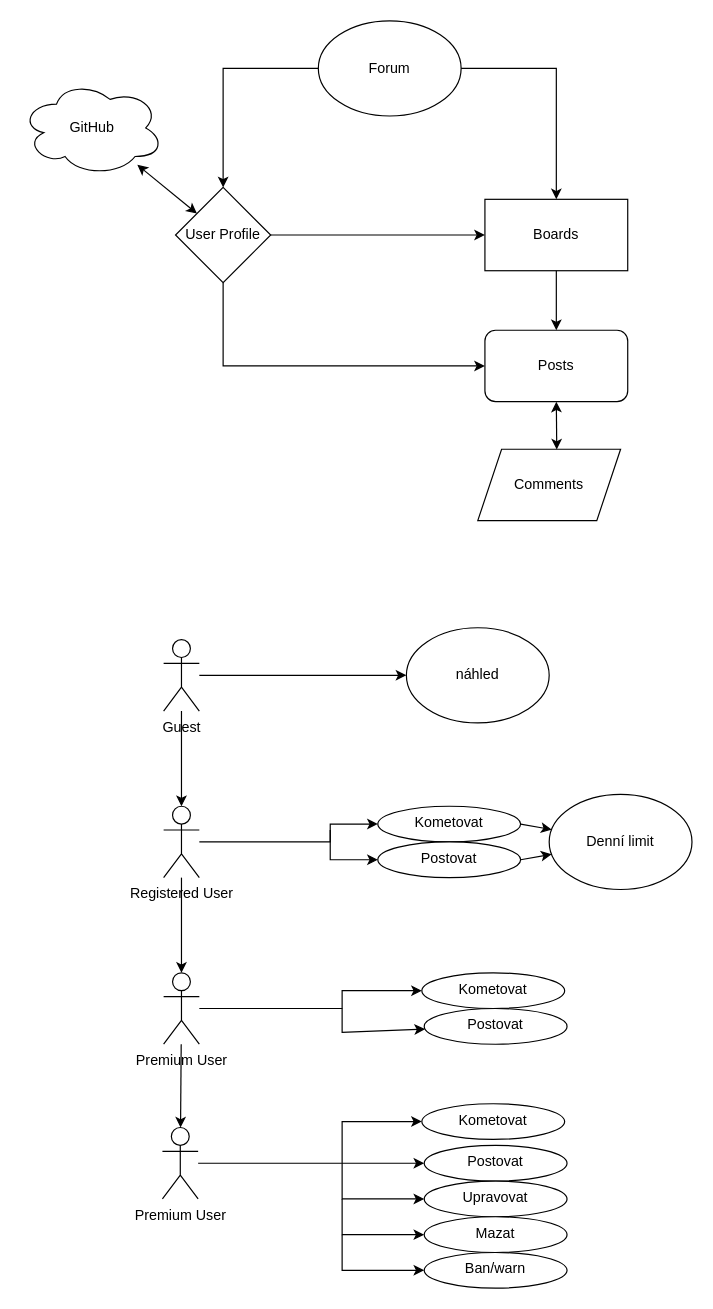
Earlier version of the draw.io diagram ALGORYTMIZACE/Untitled Diagram.drawio (L19uid/school-projects). Source tidied: cells renumbered, new cells numbered last; positions are measured from the earlier drawing's top-left corner, leaving out a move shared by most shapes. Both pictures are drawn from the tidied source at 119%, with x=0, y=0 at pixel (20, 20).
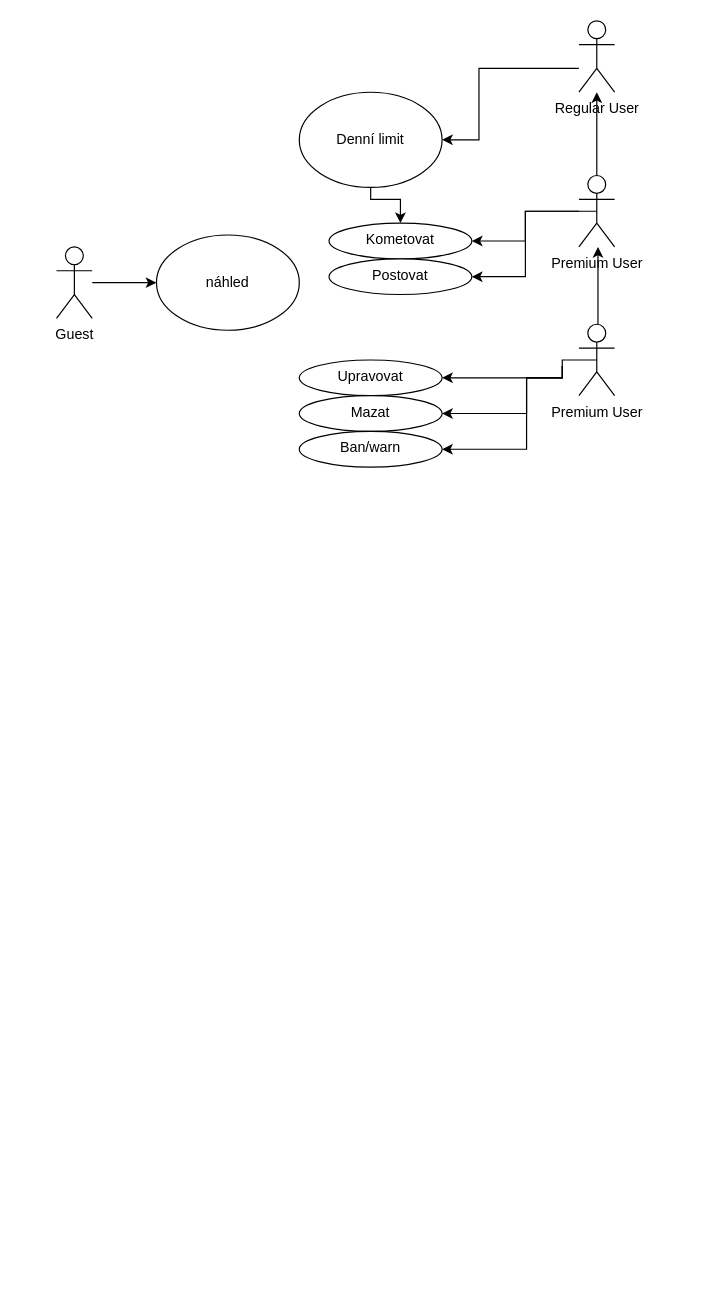
The same page after the edit.

What changed in the source:
```diff
@@
-    <mxCell id="2" value="Forum" style="ellipse;whiteSpace=wrap;html=1;" parent="1" vertex="1">
-      <mxGeometry x="250" width="120" height="80" as="geometry" />
-    </mxCell>
-    <mxCell id="3" style="endArrow=classic;html=1;rounded=0;" parent="1" edge="1" source="2" target="4">
-      <mxGeometry relative="1" as="geometry">
-        <Array as="points">
-          <mxPoint x="170" y="40" />
-        </Array>
-      </mxGeometry>
-    </mxCell>
-    <mxCell id="4" value="User Profile" style="rhombus;whiteSpace=wrap;html=1;" parent="1" vertex="1">
-      <mxGeometry x="130" y="140" width="80" height="80" as="geometry" />
-    </mxCell>
-    <mxCell id="5" style="endArrow=classic;html=1;rounded=0;exitX=1;exitY=0.5;exitDx=0;exitDy=0;entryX=0;entryY=0.5;entryDx=0;entryDy=0;" parent="1" edge="1" source="4" target="6">
-      <mxGeometry relative="1" as="geometry">
-        <Array as="points">
-          <mxPoint x="250" y="180" />
-        </Array>
-      </mxGeometry>
-    </mxCell>
-    <mxCell id="6" value="Boards" style="rounded=0;whiteSpace=wrap;html=1;" parent="1" vertex="1">
-      <mxGeometry x="390" y="150" width="120" height="60" as="geometry" />
-    </mxCell>
-    <mxCell id="7" value="Posts" style="rounded=1;whiteSpace=wrap;html=1;" parent="1" vertex="1">
-      <mxGeometry x="390" y="260" width="120" height="60" as="geometry" />
-    </mxCell>
-    <mxCell id="8" style="endArrow=classic;html=1;rounded=0;exitX=0.5;exitY=1;exitDx=0;exitDy=0;entryX=0.5;entryY=0;entryDx=0;entryDy=0;" parent="1" edge="1" source="6" target="7">
-      <mxGeometry relative="1" as="geometry" />
-    </mxCell>
-    <mxCell id="9" style="endArrow=classic;html=1;rounded=0;entryX=0.5;entryY=0;entryDx=0;entryDy=0;exitX=1;exitY=0.5;exitDx=0;exitDy=0;" parent="1" edge="1" source="2" target="6">
-      <mxGeometry relative="1" as="geometry">
-        <Array as="points">
-          <mxPoint x="450" y="40" />
-        </Array>
-      </mxGeometry>
-    </mxCell>
-    <mxCell id="10" value="Comments" style="shape=parallelogram;perimeter=parallelogramPerimeter;whiteSpace=wrap;html=1;fixedSize=1;" parent="1" vertex="1">
-      <mxGeometry x="384" y="360" width="120" height="60" as="geometry" />
-    </mxCell>
-    <mxCell id="11" style="endArrow=classic;startArrow=classic;html=1;rounded=0;exitX=0.553;exitY=0.004;exitDx=0;exitDy=0;entryX=0.5;entryY=1;entryDx=0;entryDy=0;exitPerimeter=0;" parent="1" edge="1" source="10" target="7">
-      <mxGeometry relative="1" as="geometry" />
-    </mxCell>
-    <mxCell id="12" value="GitHub" style="ellipse;shape=cloud;whiteSpace=wrap;html=1;" parent="1" vertex="1">
-      <mxGeometry y="50" width="120" height="80" as="geometry" />
-    </mxCell>
-    <mxCell id="13" style="endArrow=classic;startArrow=classic;html=1;rounded=0;" parent="1" edge="1" source="4" target="12">
-      <mxGeometry relative="1" as="geometry" />
-    </mxCell>
-    <mxCell id="14" style="edgeStyle=orthogonalEdgeStyle;rounded=0;jettySize=auto;html=1;" parent="1" edge="1" source="15" target="20">
-      <mxGeometry relative="1" as="geometry" />
-    </mxCell>
     <mxCell id="15" value="Guest" style="shape=umlActor;verticalLabelPosition=bottom;verticalAlign=top;html=1;outlineConnect=0;" parent="1" vertex="1">
-      <mxGeometry x="120" y="520" width="30" height="60" as="geometry" />
+      <mxGeometry x="30" y="190" width="30" height="60" as="geometry" />
     </mxCell>
     <mxCell id="16" value="náhled" style="ellipse;whiteSpace=wrap;html=1;" parent="1" vertex="1">
-      <mxGeometry x="324" y="510" width="120" height="80" as="geometry" />
+      <mxGeometry x="114" y="180" width="120" height="80" as="geometry" />
     </mxCell>
@@
-    <mxCell id="18" style="edgeStyle=orthogonalEdgeStyle;rounded=0;jettySize=auto;html=1;" parent="1" edge="1" source="20" target="21">
-      <mxGeometry relative="1" as="geometry" />
-    </mxCell>
-    <mxCell id="19" style="edgeStyle=orthogonalEdgeStyle;rounded=0;jettySize=auto;html=1;entryX=0;entryY=0.5;entryDx=0;entryDy=0;" parent="1" edge="1" source="20" target="22">
+    <mxCell id="19" style="edgeStyle=orthogonalEdgeStyle;rounded=0;jettySize=auto;html=1;" parent="1" edge="1" source="27" target="22">
       <mxGeometry relative="1" as="geometry">
         <Array as="points">
-          <mxPoint x="135" y="690" />
-          <mxPoint x="260" y="690" />
-          <mxPoint x="260" y="645" />
+          <mxPoint x="294" y="150" />
+          <mxPoint x="319" y="150" />
         </Array>
       </mxGeometry>
     </mxCell>
-    <mxCell id="20" value="Registered User" style="shape=umlActor;verticalLabelPosition=bottom;verticalAlign=top;html=1;outlineConnect=0;" parent="1" vertex="1">
-      <mxGeometry x="120" y="660" width="30" height="60" as="geometry" />
+    <mxCell id="20" value="Regular User" style="shape=umlActor;verticalLabelPosition=bottom;verticalAlign=top;html=1;outlineConnect=0;" parent="1" vertex="1">
+      <mxGeometry x="469" width="30" height="60" as="geometry" />
     </mxCell>
     <mxCell id="21" value="Premium User" style="shape=umlActor;verticalLabelPosition=bottom;verticalAlign=top;html=1;outlineConnect=0;" parent="1" vertex="1">
-      <mxGeometry x="120" y="800" width="30" height="60" as="geometry" />
+      <mxGeometry x="469" y="130" width="30" height="60" as="geometry" />
     </mxCell>
+    <mxCell id="45" style="edgeStyle=orthogonalEdgeStyle;rounded=0;jettySize=auto;html=1;entryX=1;entryY=0.5;entryDx=0;entryDy=0;" parent="1" edge="1" source="21" target="22">
+      <mxGeometry relative="1" as="geometry" />
+    </mxCell>
     <mxCell id="22" value="Kometovat" style="ellipse;whiteSpace=wrap;html=1;verticalAlign=top;" parent="1" vertex="1">
-      <mxGeometry x="300" y="660" width="120" height="30" as="geometry" />
+      <mxGeometry x="259" y="170" width="120" height="30" as="geometry" />
     </mxCell>
-    <mxCell id="23" value="Postovat" style="ellipse;whiteSpace=wrap;html=1;verticalAlign=top;" parent="1" vertex="1">
-      <mxGeometry x="300" y="690" width="120" height="30" as="geometry" />
-    </mxCell>
-    <mxCell id="24" style="endArrow=classic;html=1;rounded=0;entryX=0;entryY=0.5;entryDx=0;entryDy=0;" parent="1" edge="1" target="23">
-      <mxGeometry relative="1" as="geometry">
-        <mxPoint x="260" y="680" as="sourcePoint" />
-        <Array as="points">
-          <mxPoint x="260" y="705" />
-        </Array>
-      </mxGeometry>
-    </mxCell>
-    <mxCell id="25" style="endArrow=classic;html=1;rounded=0;exitX=1;exitY=0.5;exitDx=0;exitDy=0;" parent="1" edge="1" source="23" target="27">
-      <mxGeometry relative="1" as="geometry" />
-    </mxCell>
-    <mxCell id="26" style="endArrow=classic;html=1;rounded=0;exitX=1;exitY=0.5;exitDx=0;exitDy=0;startArrow=none;" parent="1" edge="1" source="22" target="27">
-      <mxGeometry relative="1" as="geometry" />
-    </mxCell>
     <mxCell id="27" value="Denní limit" style="ellipse;whiteSpace=wrap;html=1;" parent="1" vertex="1">
-      <mxGeometry x="444" y="650" width="120" height="80" as="geometry" />
+      <mxGeometry x="234" y="60" width="120" height="80" as="geometry" />
     </mxCell>
-    <mxCell id="28" value="Kometovat" style="ellipse;whiteSpace=wrap;html=1;verticalAlign=top;" parent="1" vertex="1">
-      <mxGeometry x="337" y="800" width="120" height="30" as="geometry" />
-    </mxCell>
-    <mxCell id="29" value="Postovat" style="ellipse;whiteSpace=wrap;html=1;verticalAlign=top;" parent="1" vertex="1">
-      <mxGeometry x="339" y="830" width="120" height="30" as="geometry" />
-    </mxCell>
-    <mxCell id="30" style="endArrow=classic;html=1;rounded=0;" parent="1" edge="1" target="29">
-      <mxGeometry relative="1" as="geometry">
-        <mxPoint x="270" y="830" as="sourcePoint" />
-        <Array as="points">
-          <mxPoint x="270" y="850" />
-        </Array>
-      </mxGeometry>
-    </mxCell>
-    <mxCell id="31" style="edgeStyle=orthogonalEdgeStyle;rounded=0;jettySize=auto;html=1;" parent="1" edge="1" source="21" target="28">
-      <mxGeometry relative="1" as="geometry">
-        <Array as="points">
-          <mxPoint x="270" y="830" />
-          <mxPoint x="270" y="815" />
-        </Array>
-      </mxGeometry>
-    </mxCell>
     <mxCell id="32" value="Premium User" style="shape=umlActor;verticalLabelPosition=bottom;verticalAlign=top;html=1;outlineConnect=0;" parent="1" vertex="1">
-      <mxGeometry x="119" y="930" width="30" height="60" as="geometry" />
+      <mxGeometry x="469" y="255" width="30" height="60" as="geometry" />
     </mxCell>
-    <mxCell id="33" value="Postovat" style="ellipse;whiteSpace=wrap;html=1;verticalAlign=top;" parent="1" vertex="1">
-      <mxGeometry x="339" y="945" width="120" height="30" as="geometry" />
-    </mxCell>
-    <mxCell id="34" style="endArrow=classic;html=1;rounded=0;entryX=0;entryY=0.5;entryDx=0;entryDy=0;" parent="1" edge="1" target="33">
-      <mxGeometry relative="1" as="geometry">
-        <mxPoint x="270" y="960" as="sourcePoint" />
-      </mxGeometry>
-    </mxCell>
-    <mxCell id="35" style="edgeStyle=orthogonalEdgeStyle;rounded=0;jettySize=auto;html=1;entryX=0;entryY=0.5;entryDx=0;entryDy=0;" parent="1" edge="1" source="32" target="37">
-      <mxGeometry relative="1" as="geometry">
-        <Array as="points">
-          <mxPoint x="270" y="960" />
-          <mxPoint x="270" y="925" />
-        </Array>
-      </mxGeometry>
-    </mxCell>
-    <mxCell id="36" style="endArrow=classic;html=1;rounded=0;" parent="1" edge="1" source="21" target="32">
-      <mxGeometry relative="1" as="geometry" />
-    </mxCell>
-    <mxCell id="37" value="Kometovat" style="ellipse;whiteSpace=wrap;html=1;verticalAlign=top;" parent="1" vertex="1">
-      <mxGeometry x="337" y="910" width="120" height="30" as="geometry" />
-    </mxCell>
     <mxCell id="38" value="Upravovat" style="ellipse;whiteSpace=wrap;html=1;verticalAlign=top;" parent="1" vertex="1">
-      <mxGeometry x="339" y="975" width="120" height="30" as="geometry" />
+      <mxGeometry x="234" y="285" width="120" height="30" as="geometry" />
     </mxCell>
     <mxCell id="39" value="Mazat" style="ellipse;whiteSpace=wrap;html=1;verticalAlign=top;" parent="1" vertex="1">
-      <mxGeometry x="339" y="1005" width="120" height="30" as="geometry" />
+      <mxGeometry x="234" y="315" width="120" height="30" as="geometry" />
     </mxCell>
     <mxCell id="40" value="Ban/warn" style="ellipse;whiteSpace=wrap;html=1;verticalAlign=top;" parent="1" vertex="1">
-      <mxGeometry x="339" y="1035" width="120" height="30" as="geometry" />
+      <mxGeometry x="234" y="345" width="120" height="30" as="geometry" />
     </mxCell>
-    <mxCell id="41" style="endArrow=classic;html=1;rounded=0;entryX=0;entryY=0.5;entryDx=0;entryDy=0;" parent="1" edge="1" target="38">
-      <mxGeometry relative="1" as="geometry">
-        <mxPoint x="270" y="960" as="sourcePoint" />
-        <Array as="points">
-          <mxPoint x="270" y="990" />
-        </Array>
-      </mxGeometry>
-    </mxCell>
-    <mxCell id="42" style="endArrow=classic;html=1;rounded=0;entryX=0;entryY=0.5;entryDx=0;entryDy=0;" parent="1" edge="1" target="39">
-      <mxGeometry relative="1" as="geometry">
-        <mxPoint x="270" y="990" as="sourcePoint" />
-        <Array as="points">
-          <mxPoint x="270" y="1020" />
-        </Array>
-      </mxGeometry>
-    </mxCell>
-    <mxCell id="43" style="endArrow=classic;html=1;rounded=0;entryX=0;entryY=0.5;entryDx=0;entryDy=0;" parent="1" edge="1" target="40">
-      <mxGeometry relative="1" as="geometry">
-        <mxPoint x="270" y="1020" as="sourcePoint" />
-        <Array as="points">
-          <mxPoint x="270" y="1050" />
-        </Array>
-      </mxGeometry>
-    </mxCell>
-    <mxCell id="44" style="endArrow=classic;html=1;rounded=0;exitX=0.5;exitY=1;exitDx=0;exitDy=0;entryX=0;entryY=0.5;entryDx=0;entryDy=0;" parent="1" edge="1" source="4" target="7">
-      <mxGeometry relative="1" as="geometry">
-        <Array as="points">
-          <mxPoint x="170" y="290" />
-        </Array>
-      </mxGeometry>
-    </mxCell>
+    <mxCell id="46" style="edgeStyle=orthogonalEdgeStyle;rounded=0;jettySize=auto;html=1;" parent="1" edge="1" source="32" target="21">
+      <mxGeometry relative="1" as="geometry">
+        <Array as="points">
+          <mxPoint x="485" y="240" />
+          <mxPoint x="485" y="240" />
+        </Array>
+      </mxGeometry>
+    </mxCell>
+    <mxCell id="23" value="Postovat" style="ellipse;whiteSpace=wrap;html=1;verticalAlign=top;" parent="1" vertex="1">
+      <mxGeometry x="259" y="200" width="120" height="30" as="geometry" />
+    </mxCell>
+    <mxCell id="47" style="edgeStyle=orthogonalEdgeStyle;rounded=0;jettySize=auto;html=1;" parent="1" edge="1" source="20" target="27">
+      <mxGeometry relative="1" as="geometry">
+        <Array as="points">
+          <mxPoint x="385" y="40" />
+          <mxPoint x="385" y="100" />
+        </Array>
+      </mxGeometry>
+    </mxCell>
+    <mxCell id="48" style="edgeStyle=orthogonalEdgeStyle;rounded=0;jettySize=auto;html=1;entryX=1;entryY=0.5;entryDx=0;entryDy=0;exitX=0.5;exitY=0.5;exitDx=0;exitDy=0;exitPerimeter=0;" parent="1" edge="1" source="21" target="23">
+      <mxGeometry relative="1" as="geometry" />
+    </mxCell>
+    <mxCell id="49" style="edgeStyle=orthogonalEdgeStyle;rounded=0;jettySize=auto;html=1;exitX=0.5;exitY=0.5;exitDx=0;exitDy=0;exitPerimeter=0;" parent="1" edge="1" source="32" target="38">
+      <mxGeometry relative="1" as="geometry">
+        <Array as="points">
+          <mxPoint x="455" y="285" />
+          <mxPoint x="455" y="300" />
+        </Array>
+      </mxGeometry>
+    </mxCell>
+    <mxCell id="50" style="edgeStyle=orthogonalEdgeStyle;rounded=0;jettySize=auto;html=1;entryX=1;entryY=0.5;entryDx=0;entryDy=0;" parent="1" edge="1" target="39">
+      <mxGeometry relative="1" as="geometry">
+        <mxPoint x="455" y="290" as="sourcePoint" />
+        <Array as="points">
+          <mxPoint x="425" y="300" />
+          <mxPoint x="425" y="330" />
+        </Array>
+      </mxGeometry>
+    </mxCell>
+    <mxCell id="51" style="edgeStyle=orthogonalEdgeStyle;rounded=0;jettySize=auto;html=1;entryX=1;entryY=0.5;entryDx=0;entryDy=0;" parent="1" edge="1" target="40">
+      <mxGeometry relative="1" as="geometry">
+        <mxPoint x="455" y="290" as="sourcePoint" />
+        <Array as="points">
+          <mxPoint x="455" y="290" />
+          <mxPoint x="455" y="300" />
+          <mxPoint x="425" y="300" />
+          <mxPoint x="425" y="360" />
+        </Array>
+      </mxGeometry>
+    </mxCell>
+    <mxCell id="52" style="edgeStyle=orthogonalEdgeStyle;rounded=0;jettySize=auto;html=1;" parent="1" edge="1" source="21" target="20">
+      <mxGeometry relative="1" as="geometry" />
+    </mxCell>
```
